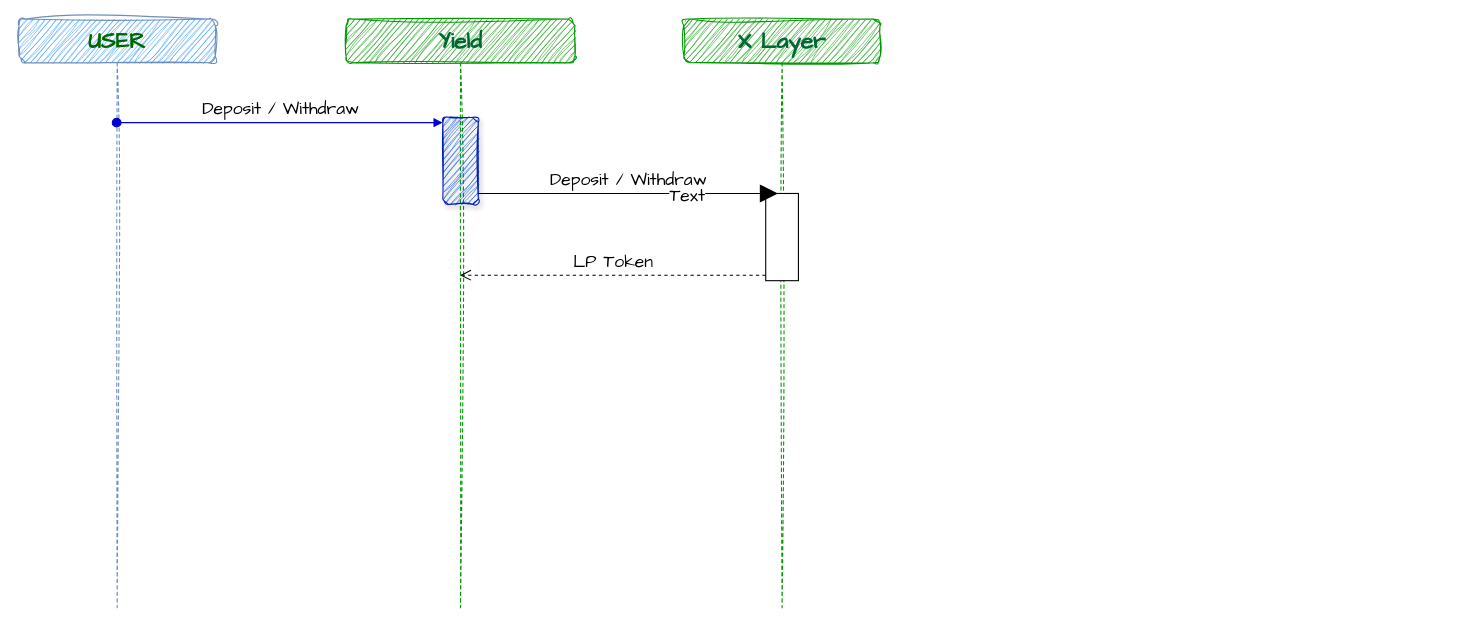
Above: 自研vault-基本流程.drawio in z7658329/my-utils (draw.io), before the change. Source tidied: cells renumbered, new cells numbered last; positions are measured from the earlier drawing's top-left corner, leaving out a move shared by most shapes. Both pictures are drawn from the tidied source at 109%, with x=0, y=0 at pixel (19, 19).
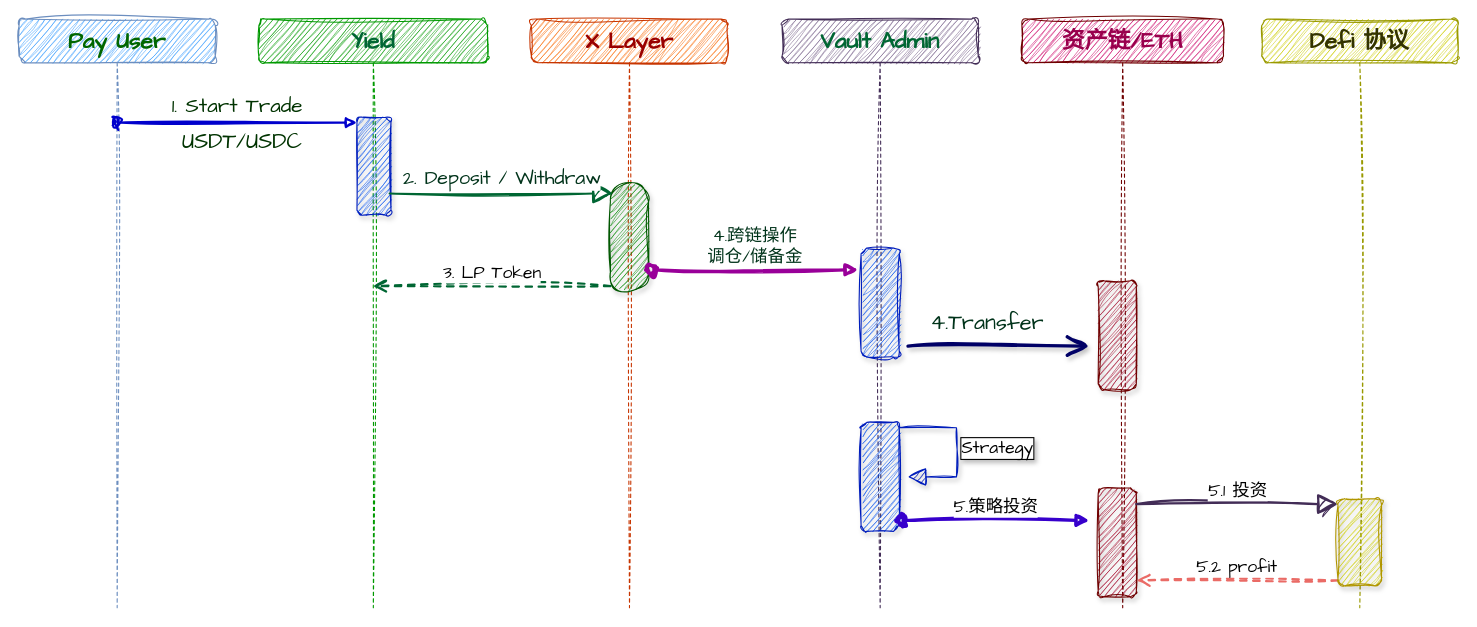
The same page after the edit.

Commit message:
更新自研vault-基本流程.drawio

The edit, as a diff of the source:
```diff
@@
-    <mxCell id="2" value="&lt;font style=&quot;color: rgb(0, 102, 0);&quot;&gt;USER&lt;/font&gt;" style="shape=umlLifeline;perimeter=lifelinePerimeter;whiteSpace=wrap;html=1;outlineConnect=0;portConstraint=eastwest;newEdgeStyle={&quot;curved&quot;:0,&quot;rounded&quot;:0};fontFamily=Comic Sans MS;sketch=1;curveFitting=1;jiggle=2;rounded=1;fillColor=#3399FF;strokeColor=#6c8ebf;fontSize=21;fontStyle=1;" parent="1" vertex="1">
+    <mxCell id="2" value="&lt;font style=&quot;color: rgb(0, 102, 0);&quot;&gt;Pay User&lt;/font&gt;" style="shape=umlLifeline;perimeter=lifelinePerimeter;whiteSpace=wrap;html=1;outlineConnect=0;portConstraint=eastwest;newEdgeStyle={&quot;curved&quot;:0,&quot;rounded&quot;:0};fontFamily=Comic Sans MS;sketch=1;curveFitting=1;jiggle=2;rounded=1;fillColor=#3399FF;strokeColor=#6c8ebf;fontSize=21;fontStyle=1;" parent="1" vertex="1">
       <mxGeometry width="180" height="540" as="geometry" />
     </mxCell>
     <mxCell id="3" value="&lt;font style=&quot;color: rgb(0, 102, 51);&quot;&gt;Yield&lt;/font&gt;" style="shape=umlLifeline;perimeter=lifelinePerimeter;whiteSpace=wrap;html=1;outlineConnect=0;portConstraint=eastwest;newEdgeStyle={&quot;curved&quot;:0,&quot;rounded&quot;:0};fontFamily=Comic Sans MS;sketch=1;curveFitting=1;jiggle=2;rounded=1;fillColor=#009900;strokeColor=#009900;fontSize=21;fontStyle=1;" parent="1" vertex="1">
-      <mxGeometry x="300" width="210" height="540" as="geometry" />
+      <mxGeometry x="220" width="210" height="540" as="geometry" />
     </mxCell>
     <mxCell id="4" style="html=1;points=[[0,0,0,0,5],[0,1,0,0,-5],[1,0,0,0,5],[1,1,0,0,-5]];perimeter=orthogonalPerimeter;outlineConnect=0;targetShapes=umlLifeline;portConstraint=eastwest;newEdgeStyle={&quot;curved&quot;:0,&quot;rounded&quot;:0};fontFamily=Architects Daughter;fillColor=#0050ef;strokeColor=#001DBC;fontColor=#ffffff;sketch=1;curveFitting=1;jiggle=2;rounded=1;shadow=1;" parent="3" vertex="1">
-      <mxGeometry x="88.8" y="90" width="32.5" height="80" as="geometry" />
+      <mxGeometry x="90" y="90" width="31.2" height="90" as="geometry" />
     </mxCell>
-    <mxCell id="5" value="Deposit / Withdraw" style="html=1;verticalAlign=bottom;startArrow=oval;endArrow=block;startSize=8;curved=0;rounded=0;entryX=0;entryY=0;entryDx=0;entryDy=5;fontFamily=Architects Daughter;fontSize=16;sourcePerimeterSpacing=8;targetPerimeterSpacing=8;strokeColor=#0000CC;" parent="1" edge="1" source="2" target="4">
+    <mxCell id="5" value="&lt;font style=&quot;font-size: 19px; color: rgb(0, 51, 0);&quot;&gt;1. Start Trade&lt;/font&gt;" style="html=1;verticalAlign=bottom;startArrow=oval;endArrow=block;startSize=8;curved=0;rounded=0;entryX=0;entryY=0;entryDx=0;entryDy=5;fontFamily=Architects Daughter;fontSize=16;sourcePerimeterSpacing=8;targetPerimeterSpacing=8;strokeColor=#0000CC;strokeWidth=2;sketch=1;curveFitting=1;jiggle=2;" parent="1" edge="1" source="2" target="4">
       <mxGeometry relative="1" as="geometry" />
     </mxCell>
-    <mxCell id="6" value="&lt;font style=&quot;color: rgb(0, 102, 51);&quot;&gt;X Layer&lt;/font&gt;" style="shape=umlLifeline;perimeter=lifelinePerimeter;whiteSpace=wrap;html=1;newEdgeStyle={&quot;curved&quot;:0,&quot;rounded&quot;:0};fontFamily=Comic Sans MS;sketch=1;curveFitting=1;jiggle=2;rounded=1;fillColor=#009900;strokeColor=#009900;fontSize=21;fontStyle=1;" parent="1" vertex="1">
-      <mxGeometry x="610" width="180" height="540" as="geometry" />
+    <mxCell id="6" value="&lt;font style=&quot;color: rgb(153, 0, 0);&quot;&gt;X Layer&lt;/font&gt;" style="shape=umlLifeline;perimeter=lifelinePerimeter;whiteSpace=wrap;html=1;newEdgeStyle={&quot;curved&quot;:0,&quot;rounded&quot;:0};fontFamily=Comic Sans MS;sketch=1;curveFitting=1;jiggle=2;rounded=1;fillColor=#fa6800;strokeColor=#C73500;fontSize=21;fontStyle=1;fontColor=#000000;" parent="1" vertex="1">
+      <mxGeometry x="470" width="180" height="540" as="geometry" />
     </mxCell>
-    <mxCell id="7" style="html=1;points=[[0,0,0,0,5],[0,1,0,0,-5],[1,0,0,0,5],[1,1,0,0,-5]];perimeter=orthogonalPerimeter;outlineConnect=0;targetShapes=umlLifeline;portConstraint=eastwest;newEdgeStyle={&quot;curved&quot;:0,&quot;rounded&quot;:0};fontFamily=Architects Daughter;" parent="6" vertex="1">
-      <mxGeometry x="75" y="160" width="30" height="80" as="geometry" />
+    <mxCell id="7" style="html=1;points=[[0,0,0,0,5],[0,1,0,0,-5],[1,0,0,0,5],[1,1,0,0,-5]];perimeter=orthogonalPerimeter;outlineConnect=0;targetShapes=umlLifeline;portConstraint=eastwest;newEdgeStyle={&quot;curved&quot;:0,&quot;rounded&quot;:0};fontFamily=Architects Daughter;fillColor=#008a00;fontColor=#ffffff;strokeColor=#005700;sketch=1;curveFitting=1;jiggle=2;shadow=1;rounded=1;arcSize=50;labelBackgroundColor=none;textShadow=1;glass=0;" parent="6" vertex="1">
+      <mxGeometry x="72.5" y="150" width="35" height="100" as="geometry" />
     </mxCell>
-    <mxCell id="8" value="Deposit / Withdraw" style="html=1;verticalAlign=bottom;endArrow=block;curved=0;rounded=0;entryX=0;entryY=0;entryDx=0;entryDy=5;fontFamily=Architects Daughter;fontSize=16;startSize=14;endSize=14;sourcePerimeterSpacing=8;targetPerimeterSpacing=8;" parent="1" edge="1">
+    <mxCell id="8" value="&lt;font style=&quot;font-size: 18px; color: rgb(0, 51, 26);&quot;&gt;2. Deposit / Withdraw&lt;/font&gt;" style="html=1;verticalAlign=bottom;endArrow=block;curved=0;rounded=0;entryX=0;entryY=0;entryDx=0;entryDy=5;fontFamily=Architects Daughter;fontSize=16;startSize=14;endSize=14;sourcePerimeterSpacing=8;targetPerimeterSpacing=8;strokeColor=#006633;strokeWidth=2;sketch=1;curveFitting=1;jiggle=2;shadow=0;" parent="1" edge="1">
       <mxGeometry relative="1" as="geometry">
-        <mxPoint x="421.2" y="160" as="sourcePoint" />
-        <mxPoint x="696.2" y="160" as="targetPoint" />
+        <mxPoint x="340" y="160" as="sourcePoint" />
+        <mxPoint x="545" y="160" as="targetPoint" />
       </mxGeometry>
     </mxCell>
-    <mxCell id="9" value="Text" style="edgeLabel;html=1;align=center;verticalAlign=middle;fontSize=16;fontFamily=Architects Daughter;" parent="8" vertex="1">
-      <mxGeometry x="0.39" y="-1" relative="1" as="geometry" />
-    </mxCell>
-    <mxCell id="10" value="LP Token" style="html=1;verticalAlign=bottom;endArrow=open;dashed=1;endSize=8;curved=0;rounded=0;exitX=0;exitY=1;exitDx=0;exitDy=-5;fontFamily=Architects Daughter;fontSize=16;sourcePerimeterSpacing=8;targetPerimeterSpacing=8;" parent="1" edge="1" source="7" target="3">
+    <mxCell id="10" value="3. LP Token" style="html=1;verticalAlign=bottom;endArrow=open;dashed=1;endSize=8;curved=0;rounded=1;exitX=0;exitY=1;exitDx=0;exitDy=-5;fontFamily=Architects Daughter;fontSize=16;sourcePerimeterSpacing=8;targetPerimeterSpacing=8;strokeColor=#006633;strokeWidth=2;sketch=1;curveFitting=1;jiggle=2;" parent="1" edge="1" source="7" target="3">
       <mxGeometry relative="1" as="geometry" />
     </mxCell>
+    <mxCell id="11" value="&lt;font style=&quot;color: rgb(0, 102, 51);&quot;&gt;Vault Admin&lt;/font&gt;" style="shape=umlLifeline;perimeter=lifelinePerimeter;whiteSpace=wrap;html=1;newEdgeStyle={&quot;curved&quot;:0,&quot;rounded&quot;:0};fontFamily=Comic Sans MS;sketch=1;curveFitting=1;jiggle=2;rounded=1;fillColor=#76608a;strokeColor=#432D57;fontSize=21;fontStyle=1;fontColor=#ffffff;" parent="1" vertex="1">
+      <mxGeometry x="700" width="180" height="540" as="geometry" />
+    </mxCell>
+    <mxCell id="12" style="html=1;perimeter=orthogonalPerimeter;targetShapes=umlLifeline;newEdgeStyle={&quot;curved&quot;:0,&quot;rounded&quot;:0};fontFamily=Architects Daughter;fillColor=#0050ef;fontColor=#ffffff;strokeColor=#001DBC;sketch=1;curveFitting=1;jiggle=2;shadow=1;rounded=1;" parent="11" vertex="1">
+      <mxGeometry x="72.5" y="210" width="35" height="100" as="geometry" />
+    </mxCell>
+    <mxCell id="13" style="html=1;points=[[0,0,0,0,5],[0,1,0,0,-5],[1,0,0,0,5],[1,1,0,0,-5]];perimeter=orthogonalPerimeter;outlineConnect=0;targetShapes=umlLifeline;portConstraint=eastwest;newEdgeStyle={&quot;curved&quot;:0,&quot;rounded&quot;:0};fontFamily=Architects Daughter;fillColor=#0050ef;fontColor=#ffffff;strokeColor=#001DBC;sketch=1;curveFitting=1;jiggle=2;shadow=1;rounded=1;" parent="11" vertex="1">
+      <mxGeometry x="72.5" y="370" width="35" height="100" as="geometry" />
+    </mxCell>
+    <mxCell id="14" value="Strategy" style="html=1;align=left;spacingLeft=2;endArrow=block;rounded=0;edgeStyle=orthogonalEdgeStyle;curved=0;rounded=0;fontFamily=Architects Daughter;fontSize=16;startSize=14;endSize=14;sourcePerimeterSpacing=8;targetPerimeterSpacing=8;exitX=1;exitY=0;exitDx=0;exitDy=5;exitPerimeter=0;sketch=1;curveFitting=1;jiggle=2;fillColor=#0050ef;strokeColor=#001DBC;shadow=1;labelBorderColor=default;textShadow=1;" parent="11" edge="1" source="13" target="13">
+      <mxGeometry relative="1" as="geometry">
+        <Array as="points">
+          <mxPoint x="160" y="375" />
+          <mxPoint x="160" y="420" />
+        </Array>
+      </mxGeometry>
+    </mxCell>
+    <mxCell id="15" value="&lt;font style=&quot;color: rgb(153, 0, 77);&quot;&gt;资产链/ETH&lt;/font&gt;" style="shape=umlLifeline;perimeter=lifelinePerimeter;whiteSpace=wrap;html=1;newEdgeStyle={&quot;curved&quot;:0,&quot;rounded&quot;:0};fontFamily=Comic Sans MS;sketch=1;curveFitting=1;jiggle=2;rounded=1;fillColor=#CC0066;strokeColor=#6F0000;fontSize=21;fontStyle=1;fontColor=#ffffff;" parent="1" vertex="1">
+      <mxGeometry x="920" width="185" height="540" as="geometry" />
+    </mxCell>
+    <mxCell id="16" style="html=1;perimeter=orthogonalPerimeter;targetShapes=umlLifeline;newEdgeStyle={&quot;curved&quot;:0,&quot;rounded&quot;:0};fontFamily=Architects Daughter;fillColor=#a20025;fontColor=#ffffff;strokeColor=#6F0000;sketch=1;curveFitting=1;jiggle=2;shadow=1;rounded=1;" parent="15" vertex="1">
+      <mxGeometry x="70" y="240" width="35" height="100" as="geometry" />
+    </mxCell>
+    <mxCell id="17" style="html=1;points=[[0,0,0,0,5],[0,1,0,0,-5],[1,0,0,0,5],[1,1,0,0,-5]];perimeter=orthogonalPerimeter;outlineConnect=0;targetShapes=umlLifeline;portConstraint=eastwest;newEdgeStyle={&quot;curved&quot;:0,&quot;rounded&quot;:0};fontFamily=Architects Daughter;fillColor=#a20025;fontColor=#ffffff;strokeColor=#6F0000;sketch=1;curveFitting=1;jiggle=2;shadow=1;rounded=1;" parent="15" vertex="1">
+      <mxGeometry x="70" y="430" width="35" height="100" as="geometry" />
+    </mxCell>
+    <mxCell id="18" value="5.1 投资" style="html=1;verticalAlign=bottom;endArrow=block;curved=0;rounded=0;entryX=0;entryY=0;entryDx=0;entryDy=5;fontFamily=Architects Daughter;fontSize=16;startSize=14;endSize=14;sourcePerimeterSpacing=8;targetPerimeterSpacing=8;strokeWidth=2;fillColor=#76608a;strokeColor=#432D57;sketch=1;curveFitting=1;jiggle=2;shadow=0;" parent="15" edge="1" target="25">
+      <mxGeometry relative="1" as="geometry">
+        <mxPoint x="105" y="445" as="sourcePoint" />
+      </mxGeometry>
+    </mxCell>
+    <mxCell id="19" value="5.2 profit" style="html=1;verticalAlign=bottom;endArrow=open;dashed=1;endSize=8;curved=0;rounded=0;exitX=0;exitY=1;exitDx=0;exitDy=-5;fontFamily=Architects Daughter;fontSize=16;sourcePerimeterSpacing=8;targetPerimeterSpacing=8;strokeWidth=2;strokeColor=#EA6B66;sketch=1;curveFitting=1;jiggle=2;" parent="15" edge="1" source="25">
+      <mxGeometry relative="1" as="geometry">
+        <mxPoint x="105" y="515" as="targetPoint" />
+      </mxGeometry>
+    </mxCell>
+    <mxCell id="20" style="edgeStyle=none;curved=0;rounded=0;orthogonalLoop=1;jettySize=auto;html=1;fontFamily=Architects Daughter;fontSize=16;startSize=14;endArrow=open;endSize=14;sourcePerimeterSpacing=8;targetPerimeterSpacing=8;strokeColor=#000066;strokeWidth=3;sketch=1;curveFitting=1;jiggle=2;shadow=1;" parent="1" edge="1">
+      <mxGeometry relative="1" as="geometry">
+        <mxPoint x="815.5" y="300" as="sourcePoint" />
+        <mxPoint x="982" y="300" as="targetPoint" />
+      </mxGeometry>
+    </mxCell>
+    <mxCell id="21" value="&lt;font style=&quot;color: rgb(0, 51, 26);&quot; face=&quot;Comic Sans MS&quot;&gt;4.跨链操作&lt;/font&gt;&lt;div&gt;&lt;font style=&quot;color: rgb(0, 51, 26);&quot; face=&quot;Comic Sans MS&quot;&gt;调仓/储备金&lt;/font&gt;&lt;/div&gt;" style="html=1;verticalAlign=bottom;startArrow=oval;endArrow=block;startSize=8;curved=0;rounded=0;fontFamily=Architects Daughter;fontSize=16;sourcePerimeterSpacing=8;targetPerimeterSpacing=8;strokeColor=#990099;strokeWidth=3;sketch=1;curveFitting=1;jiggle=2;fillColor=#d80073;" parent="1" edge="1">
+      <mxGeometry relative="1" as="geometry">
+        <mxPoint x="580" y="230" as="sourcePoint" />
+        <mxPoint x="770" y="230" as="targetPoint" />
+      </mxGeometry>
+    </mxCell>
+    <mxCell id="22" value="&lt;font style=&quot;color: rgb(0, 51, 26);&quot;&gt;4.Transfer&lt;/font&gt;" style="text;html=1;align=center;verticalAlign=middle;strokeColor=none;fillColor=none;fontSize=20;fontFamily=Architects Daughter;rounded=1;sketch=1;curveFitting=1;jiggle=2;" parent="1" vertex="1">
+      <mxGeometry x="827" y="260" width="122" height="36" as="geometry" />
+    </mxCell>
+    <mxCell id="23" value="5.策略投资" style="html=1;verticalAlign=bottom;startArrow=oval;startFill=1;endArrow=block;startSize=8;curved=0;rounded=0;fontFamily=Architects Daughter;fontSize=16;sourcePerimeterSpacing=8;targetPerimeterSpacing=8;sketch=1;curveFitting=1;jiggle=2;fillColor=#6a00ff;strokeColor=#3700CC;strokeWidth=3;" parent="1" edge="1" target="17">
+      <mxGeometry relative="1" as="geometry">
+        <mxPoint x="810" y="460" as="sourcePoint" />
+      </mxGeometry>
+    </mxCell>
+    <mxCell id="24" value="&lt;font style=&quot;color: rgb(51, 51, 0);&quot;&gt;Defi 协议&lt;/font&gt;" style="shape=umlLifeline;perimeter=lifelinePerimeter;whiteSpace=wrap;html=1;newEdgeStyle={&quot;curved&quot;:0,&quot;rounded&quot;:0};fontFamily=Comic Sans MS;sketch=1;curveFitting=1;jiggle=2;rounded=1;fillColor=#CCCC00;strokeColor=#999900;fontSize=21;fontStyle=1;fontColor=#000000;" parent="1" vertex="1">
+      <mxGeometry x="1140" width="180" height="540" as="geometry" />
+    </mxCell>
+    <mxCell id="25" style="html=1;points=[[0,0,0,0,5],[0,1,0,0,-5],[1,0,0,0,5],[1,1,0,0,-5]];perimeter=orthogonalPerimeter;outlineConnect=0;targetShapes=umlLifeline;portConstraint=eastwest;newEdgeStyle={&quot;curved&quot;:0,&quot;rounded&quot;:0};fontFamily=Architects Daughter;fillColor=#CCCC00;fontColor=#000000;strokeColor=#B09500;rounded=1;sketch=1;curveFitting=1;jiggle=2;shadow=1;" parent="24" vertex="1">
+      <mxGeometry x="70" y="440" width="40" height="80" as="geometry" />
+    </mxCell>
+    <mxCell id="26" value="&lt;font style=&quot;color: rgb(0, 51, 0);&quot;&gt;USDT/USDC&lt;/font&gt;" style="text;strokeColor=none;fillColor=none;html=1;align=center;verticalAlign=middle;whiteSpace=wrap;rounded=0;fontSize=20;fontFamily=Architects Daughter;fontColor=#3333FF;" parent="1" vertex="1">
+      <mxGeometry x="129" y="100" width="152" height="23" as="geometry" />
+    </mxCell>
```
